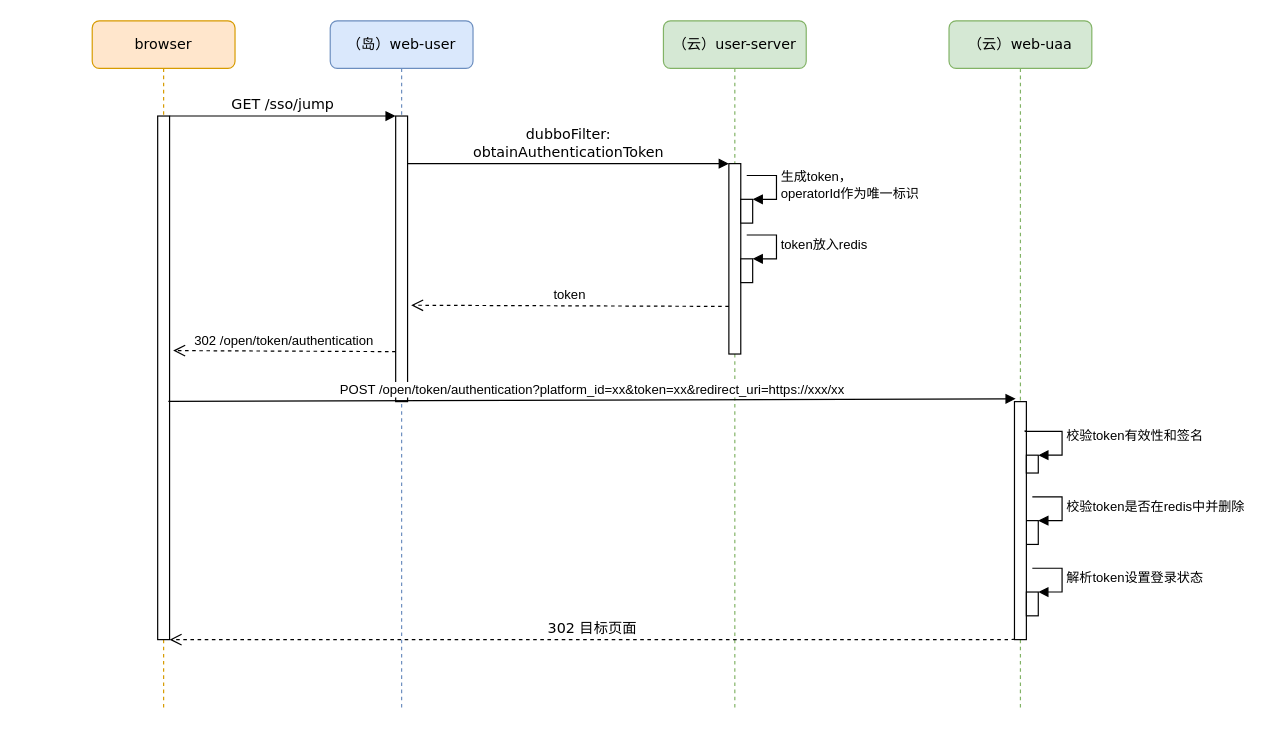
Earlier version of the draw.io diagram other/token授信.drawio (ezuike/app.diagrams.net). Source tidied: cells renumbered, new cells numbered last; positions are measured from the earlier drawing's top-left corner, leaving out a move shared by most shapes. Both pictures are drawn from the tidied source at 119%, with x=0, y=0 at pixel (92, 20).
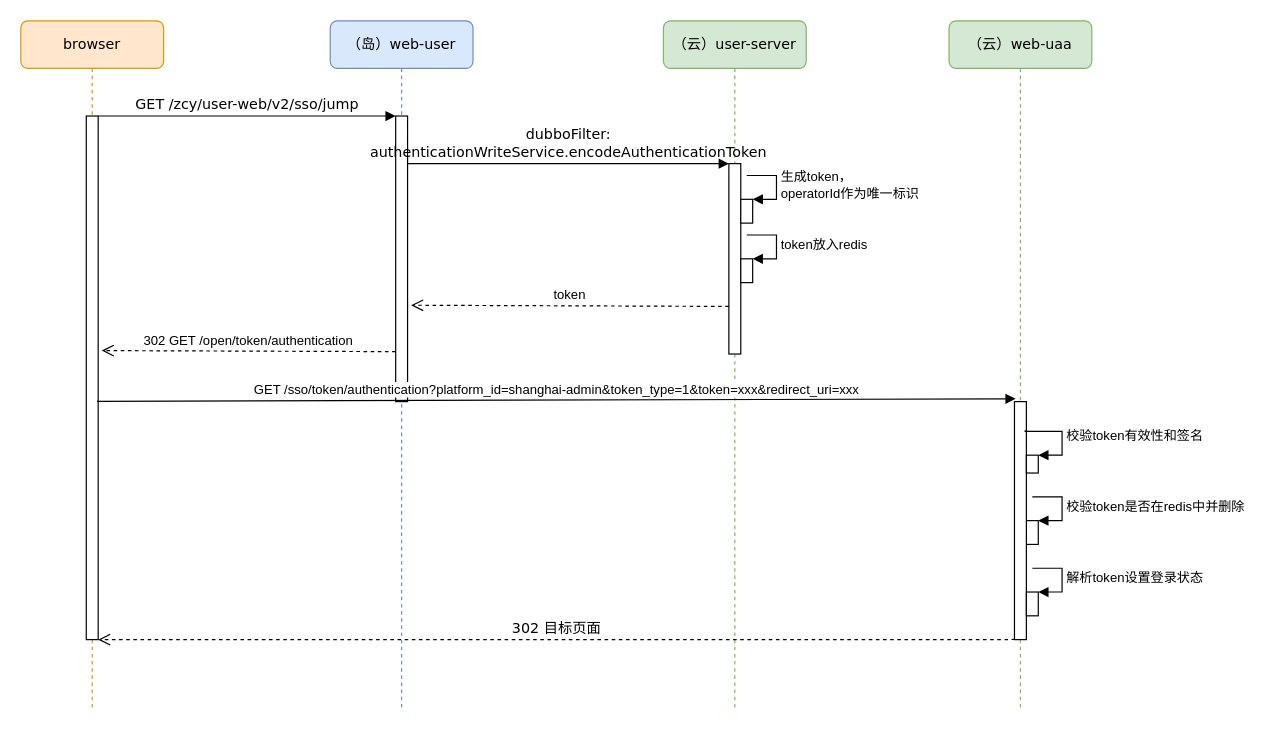
The same page after the edit.

Unchanged cells that the change refers to:
```xml
<mxCell id="3" style="html=1;points=[];perimeter=orthogonalPerimeter;rounded=0;shadow=0;comic=0;labelBackgroundColor=none;strokeWidth=1;fontFamily=Verdana;fontSize=12;align=center;" parent="2" vertex="1">
  <mxGeometry x="55" y="80" width="10" height="240" as="geometry" />
</mxCell>
<mxCell id="5" style="html=1;points=[];perimeter=orthogonalPerimeter;rounded=0;shadow=0;comic=0;labelBackgroundColor=none;strokeWidth=1;fontFamily=Verdana;fontSize=12;align=center;" parent="4" vertex="1">
  <mxGeometry x="55" y="120" width="10" height="160" as="geometry" />
</mxCell>
<mxCell id="13" style="html=1;points=[];perimeter=orthogonalPerimeter;rounded=0;shadow=0;comic=0;labelBackgroundColor=none;strokeWidth=1;fontFamily=Verdana;fontSize=12;align=center;" parent="12" vertex="1">
  <mxGeometry x="55" y="80" width="10" height="440" as="geometry" />
</mxCell>
<mxCell id="19" style="html=1;points=[];perimeter=orthogonalPerimeter;" parent="1" vertex="1">
  <mxGeometry x="775" y="320" width="10" height="200" as="geometry" />
</mxCell>
```

Diff of the diagram source:
```diff
@@
     <mxCell id="12" value="browser" style="shape=umlLifeline;perimeter=lifelinePerimeter;whiteSpace=wrap;html=1;rounded=1;shadow=0;comic=0;labelBackgroundColor=none;strokeWidth=1;fontFamily=Verdana;fontSize=12;align=center;fillColor=#ffe6cc;strokeColor=#d79b00;" parent="1" vertex="1">
-      <mxGeometry width="120" height="580" as="geometry" />
+      <mxGeometry x="-60" width="120" height="580" as="geometry" />
     </mxCell>
@@
-    <mxCell id="15" value="GET /sso/jump" style="html=1;verticalAlign=bottom;endArrow=block;entryX=0;entryY=0;labelBackgroundColor=none;fontFamily=Verdana;fontSize=12;edgeStyle=elbowEdgeStyle;elbow=vertical;" parent="1" edge="1" source="13" target="3">
+    <mxCell id="15" value="GET&amp;nbsp;/zcy/user-web/v2/sso/jump" style="html=1;verticalAlign=bottom;endArrow=block;entryX=0;entryY=0;labelBackgroundColor=none;fontFamily=Verdana;fontSize=12;edgeStyle=elbowEdgeStyle;elbow=vertical;" parent="1" edge="1" source="13" target="3">
       <mxGeometry relative="1" as="geometry" />
     </mxCell>
-    <mxCell id="16" value="dubboFilter:&lt;br&gt;obtainAuthenticationToken" style="html=1;verticalAlign=bottom;endArrow=block;entryX=0;entryY=0;labelBackgroundColor=none;fontFamily=Verdana;fontSize=12;edgeStyle=elbowEdgeStyle;elbow=vertical;" parent="1" edge="1" source="3" target="5">
+    <mxCell id="16" value="dubboFilter:&lt;br&gt;authenticationWriteService.encodeAuthenticationToken" style="html=1;verticalAlign=bottom;endArrow=block;entryX=0;entryY=0;labelBackgroundColor=none;fontFamily=Verdana;fontSize=12;edgeStyle=elbowEdgeStyle;elbow=vertical;" parent="1" edge="1" source="3" target="5">
       <mxGeometry relative="1" as="geometry" />
     </mxCell>
@@
-    <mxCell id="18" value="302 /open/token/authentication" style="html=1;verticalAlign=bottom;endArrow=open;dashed=1;endSize=8;exitX=0;exitY=0.825;exitDx=0;exitDy=0;exitPerimeter=0;entryX=1.3;entryY=0.448;entryDx=0;entryDy=0;entryPerimeter=0;" parent="1" edge="1" source="3" target="13">
+    <mxCell id="18" value="302 GET /open/token/authentication" style="html=1;verticalAlign=bottom;endArrow=open;dashed=1;endSize=8;exitX=0;exitY=0.825;exitDx=0;exitDy=0;exitPerimeter=0;entryX=1.3;entryY=0.448;entryDx=0;entryDy=0;entryPerimeter=0;" parent="1" edge="1" source="3" target="13">
       <mxGeometry relative="1" as="geometry" />
     </mxCell>
@@
-    <mxCell id="20" value="POST /open/token/authentication?platform_id=xx&amp;amp;token=xx&amp;amp;redirect_uri=https://xxx/xx" style="html=1;verticalAlign=bottom;endArrow=block;exitX=0.9;exitY=0.545;exitDx=0;exitDy=0;exitPerimeter=0;entryX=0.1;entryY=-0.012;entryDx=0;entryDy=0;entryPerimeter=0;" parent="1" edge="1" source="13" target="19">
+    <mxCell id="20" value="GET /sso/token/authentication?platform_id=shanghai-admin&amp;amp;token_type=1&amp;amp;token=xxx&amp;amp;redirect_uri=xxx" style="html=1;verticalAlign=bottom;endArrow=block;exitX=0.9;exitY=0.545;exitDx=0;exitDy=0;exitPerimeter=0;entryX=0.1;entryY=-0.012;entryDx=0;entryDy=0;entryPerimeter=0;" parent="1" edge="1" source="13" target="19">
       <mxGeometry relative="1" as="geometry" />
     </mxCell>
```
